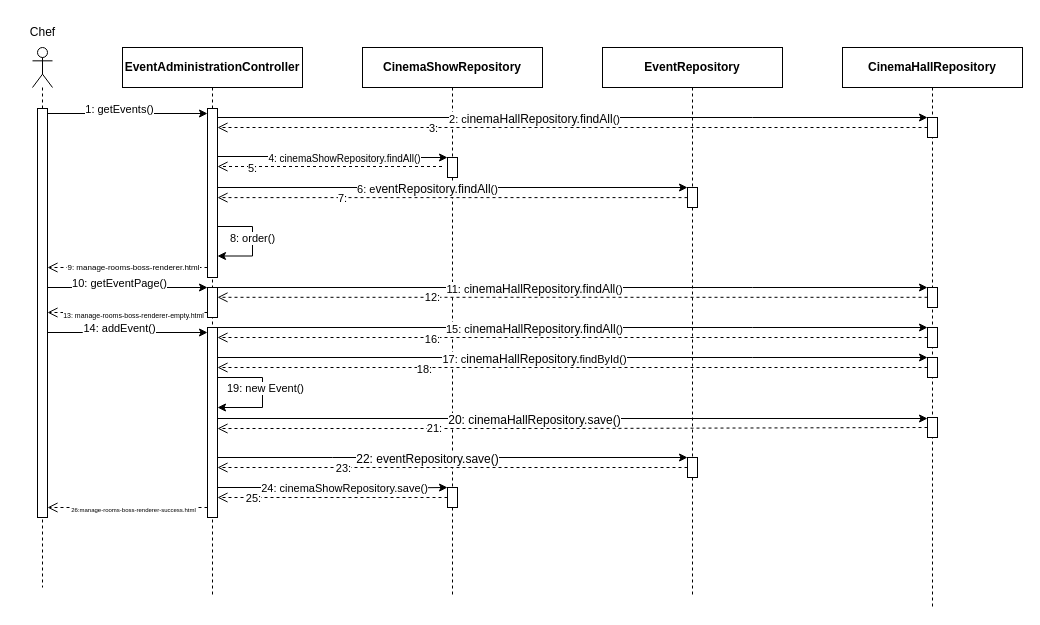
The draw.io diagram src/main/asciidoc/models/design/Operativsystem/Sequenzdiagramm/Operativsystem_Sequenzdiagramm.drawio in Leonard0108/Anwendungsprogrammierung, before the edit. Source tidied: cells renumbered, new cells numbered last; positions are measured from the earlier drawing's top-left corner, leaving out a move shared by most shapes. Both pictures are drawn from the tidied source at 100%, with x=0, y=0 at pixel (17, 17).
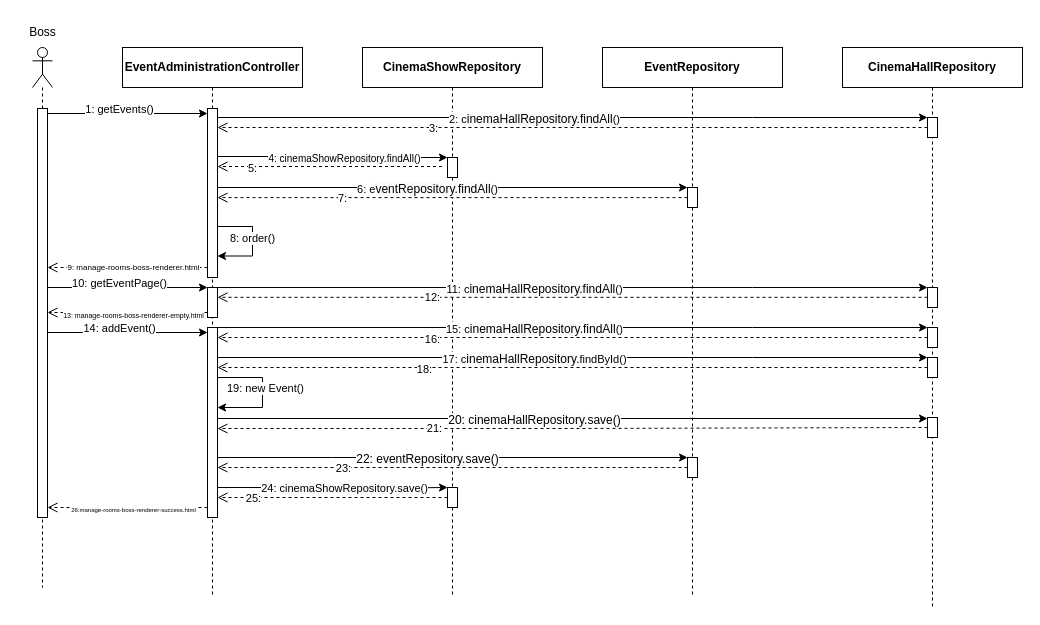
The same page after the edit.

Diff of the diagram source:
```diff
@@
-    <mxCell id="13" value="Chef" style="text;html=1;align=center;verticalAlign=middle;strokeColor=none;fillColor=none;" parent="1" vertex="1">
+    <mxCell id="13" value="Boss" style="text;html=1;align=center;verticalAlign=middle;strokeColor=none;fillColor=none;" parent="1" vertex="1">
       <mxGeometry width="50" height="30" as="geometry" />
     </mxCell>
```
